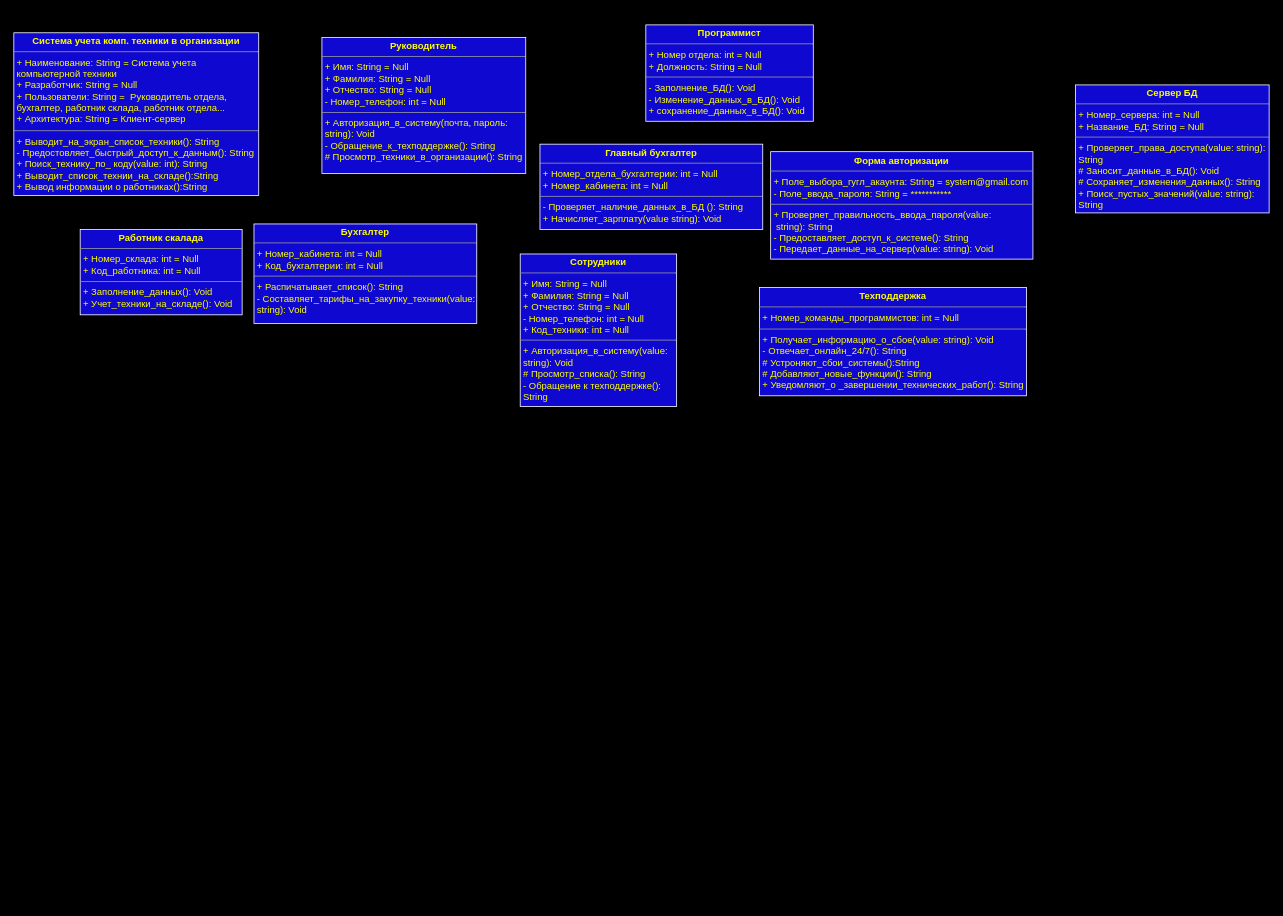
Before: Lab7.drawio in Simonenko75/Simonenko75, a draw.io diagram. Source tidied: cells renumbered, new cells numbered last; positions are measured from the earlier drawing's top-left corner, leaving out a move shared by most shapes. Both pictures are drawn from the tidied source at 79%, with x=0, y=0 at pixel (13, 24).
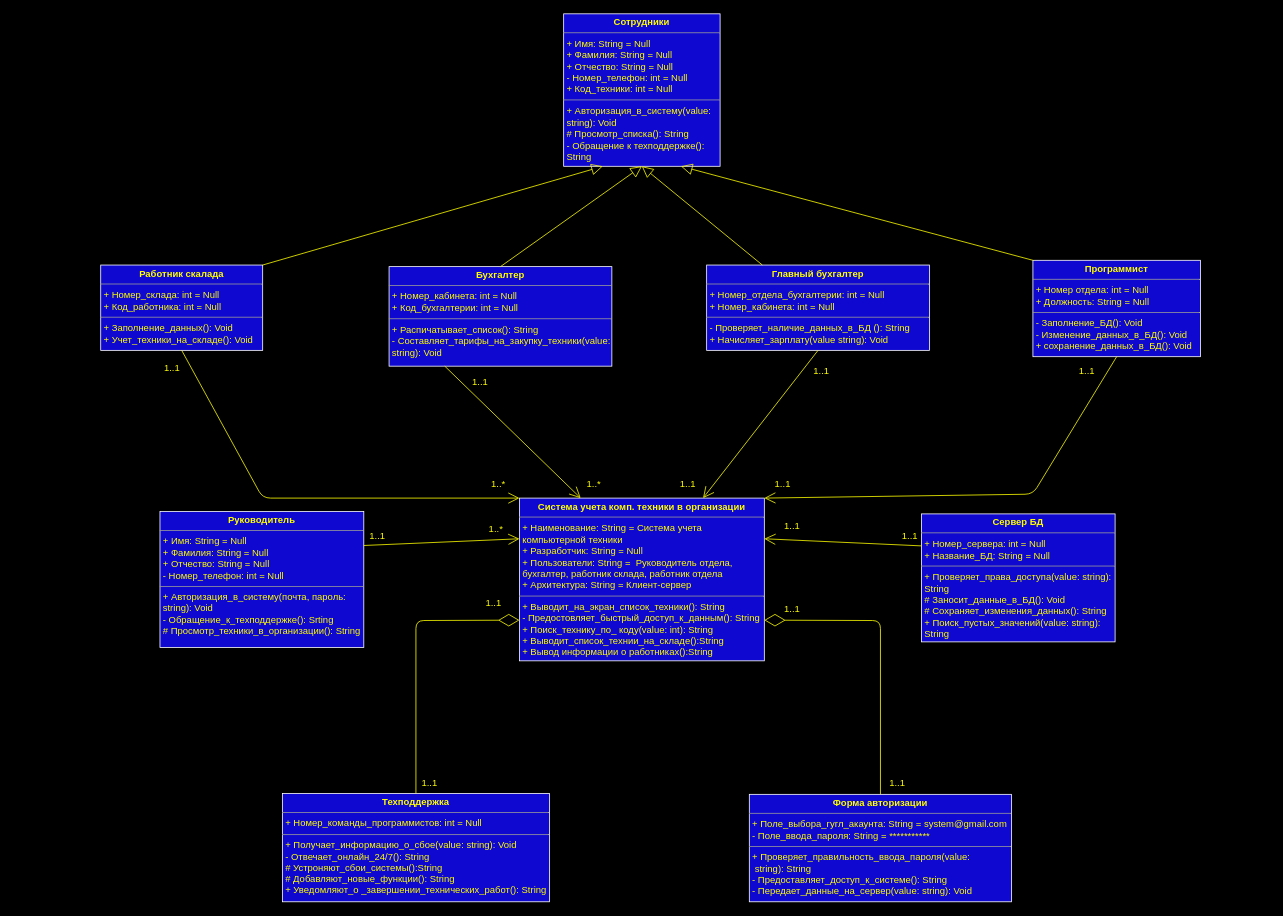
The same diagram, later.

What changed in the source:
```diff
@@
-    <mxCell id="2" value="&lt;p style=&quot;margin: 0px ; margin-top: 4px ; text-align: center&quot;&gt;&lt;b&gt;Система учета комп. техники в организации&lt;/b&gt;&lt;/p&gt;&lt;hr size=&quot;1&quot;&gt;&lt;p style=&quot;margin: 0px ; margin-left: 4px&quot;&gt;+ Наименование: String = Система учета&amp;nbsp;&lt;/p&gt;&lt;p style=&quot;margin: 0px ; margin-left: 4px&quot;&gt;компьютерной техники&lt;/p&gt;&lt;p style=&quot;margin: 0px ; margin-left: 4px&quot;&gt;+ Разработчик: String = Null&lt;br&gt;&lt;/p&gt;&lt;p style=&quot;margin: 0px ; margin-left: 4px&quot;&gt;+ Пользователи: String =&amp;nbsp; Руководитель отдела,&amp;nbsp;&lt;/p&gt;&lt;p style=&quot;margin: 0px ; margin-left: 4px&quot;&gt;бухгалтер, работник склада, работник отдела...&lt;/p&gt;&lt;p style=&quot;margin: 0px ; margin-left: 4px&quot;&gt;+ Архитектура: String = Клиент-сервер&lt;/p&gt;&lt;hr size=&quot;1&quot;&gt;&lt;p style=&quot;margin: 0px ; margin-left: 4px&quot;&gt;+ Выводит_на_экран_список_техники(): String&lt;/p&gt;&lt;p style=&quot;margin: 0px ; margin-left: 4px&quot;&gt;- Предостовляет_быстрый_доступ_к_данным(): String&lt;/p&gt;&lt;p style=&quot;margin: 0px ; margin-left: 4px&quot;&gt;+ Поиск_технику_по_ коду(value: int): String&lt;/p&gt;&lt;p style=&quot;margin: 0px ; margin-left: 4px&quot;&gt;+ Выводит_список_технии_на_складе():String&lt;/p&gt;&lt;p style=&quot;margin: 0px ; margin-left: 4px&quot;&gt;+ Вывод информации о работниках():String&lt;/p&gt;" style="verticalAlign=top;align=left;overflow=fill;fontSize=12;fontFamily=Helvetica;html=1;shadow=0;fillColor=#0F08D0;fontColor=#FFFF00;strokeColor=#FFFFFF;" parent="1" vertex="1">
-      <mxGeometry y="10" width="310" height="206" as="geometry" />
+    <mxCell id="2" value="&lt;p style=&quot;margin: 0px ; margin-top: 4px ; text-align: center&quot;&gt;&lt;b&gt;Система учета комп. техники в организации&lt;/b&gt;&lt;/p&gt;&lt;hr size=&quot;1&quot;&gt;&lt;p style=&quot;margin: 0px ; margin-left: 4px&quot;&gt;+ Наименование: String = Система учета&amp;nbsp;&lt;/p&gt;&lt;p style=&quot;margin: 0px ; margin-left: 4px&quot;&gt;компьютерной техники&lt;/p&gt;&lt;p style=&quot;margin: 0px ; margin-left: 4px&quot;&gt;+ Разработчик: String = Null&lt;br&gt;&lt;/p&gt;&lt;p style=&quot;margin: 0px ; margin-left: 4px&quot;&gt;+ Пользователи: String =&amp;nbsp; Руководитель отдела,&amp;nbsp;&lt;/p&gt;&lt;p style=&quot;margin: 0px ; margin-left: 4px&quot;&gt;бухгалтер, работник склада, работник отдела&lt;/p&gt;&lt;p style=&quot;margin: 0px ; margin-left: 4px&quot;&gt;+ Архитектура: String = Клиент-сервер&lt;/p&gt;&lt;hr size=&quot;1&quot;&gt;&lt;p style=&quot;margin: 0px ; margin-left: 4px&quot;&gt;+ Выводит_на_экран_список_техники(): String&lt;/p&gt;&lt;p style=&quot;margin: 0px ; margin-left: 4px&quot;&gt;- Предостовляет_быстрый_доступ_к_данным(): String&lt;/p&gt;&lt;p style=&quot;margin: 0px ; margin-left: 4px&quot;&gt;+ Поиск_технику_по_ коду(value: int): String&lt;/p&gt;&lt;p style=&quot;margin: 0px ; margin-left: 4px&quot;&gt;+ Выводит_список_технии_на_складе():String&lt;/p&gt;&lt;p style=&quot;margin: 0px ; margin-left: 4px&quot;&gt;+ Вывод информации о работниках():String&lt;/p&gt;" style="verticalAlign=top;align=left;overflow=fill;fontSize=12;fontFamily=Helvetica;html=1;shadow=0;fillColor=#0F08D0;fontColor=#FFFF00;strokeColor=#FFFFFF;" parent="1" vertex="1">
+      <mxGeometry x="640" y="599" width="310" height="206" as="geometry" />
     </mxCell>
     <mxCell id="3" value="&lt;p style=&quot;margin: 0px ; margin-top: 4px ; text-align: center&quot;&gt;&lt;b&gt;Руководитель&lt;/b&gt;&lt;/p&gt;&lt;hr size=&quot;1&quot;&gt;&lt;p style=&quot;margin: 0px ; margin-left: 4px&quot;&gt;+ Имя: String = Null&lt;/p&gt;&lt;p style=&quot;margin: 0px ; margin-left: 4px&quot;&gt;+ Фамилия: String = Null&lt;/p&gt;&lt;p style=&quot;margin: 0px ; margin-left: 4px&quot;&gt;+ Отчество: String = Null&lt;/p&gt;&lt;p style=&quot;margin: 0px ; margin-left: 4px&quot;&gt;- Номер_телефон: int = Null&lt;/p&gt;&lt;hr size=&quot;1&quot;&gt;&lt;p style=&quot;margin: 0px ; margin-left: 4px&quot;&gt;+ Авторизация_в_систему(почта, пароль:&amp;nbsp;&lt;/p&gt;&lt;p style=&quot;margin: 0px ; margin-left: 4px&quot;&gt;string): Void&lt;/p&gt;&lt;p style=&quot;margin: 0px ; margin-left: 4px&quot;&gt;- Обращение_к_техподдержке(): Srting&lt;/p&gt;&lt;p style=&quot;margin: 0px ; margin-left: 4px&quot;&gt;# Просмотр_техники_в_организации(): String&lt;/p&gt;" style="verticalAlign=top;align=left;overflow=fill;fontSize=12;fontFamily=Helvetica;html=1;shadow=0;fillColor=#0F08D0;fontColor=#FFFF00;strokeColor=#FFFFFF;" parent="1" vertex="1">
-      <mxGeometry x="390" y="16" width="258" height="172" as="geometry" />
+      <mxGeometry x="185" y="616" width="258" height="172" as="geometry" />
     </mxCell>
     <mxCell id="4" value="&lt;p style=&quot;margin: 0px ; margin-top: 4px ; text-align: center&quot;&gt;&lt;b&gt;Сотрудники&lt;/b&gt;&lt;/p&gt;&lt;hr size=&quot;1&quot;&gt;&lt;p style=&quot;margin: 0px 0px 0px 4px&quot;&gt;+ Имя: String = Null&lt;/p&gt;&lt;p style=&quot;margin: 0px 0px 0px 4px&quot;&gt;+ Фамилия: String = Null&lt;/p&gt;&lt;p style=&quot;margin: 0px 0px 0px 4px&quot;&gt;+ Отчество: String = Null&lt;/p&gt;&lt;p style=&quot;margin: 0px 0px 0px 4px&quot;&gt;- Номер_телефон: int = Null&lt;/p&gt;&lt;p style=&quot;margin: 0px 0px 0px 4px&quot;&gt;+ Код_техники: int = Null&lt;/p&gt;&lt;hr size=&quot;1&quot;&gt;&lt;p style=&quot;margin: 0px ; margin-left: 4px&quot;&gt;+ Авторизация_в_систему(value:&amp;nbsp;&lt;/p&gt;&lt;p style=&quot;margin: 0px ; margin-left: 4px&quot;&gt;string): Void&lt;/p&gt;&lt;p style=&quot;margin: 0px ; margin-left: 4px&quot;&gt;# Просмотр_списка(): String&lt;/p&gt;&lt;p style=&quot;margin: 0px ; margin-left: 4px&quot;&gt;- Обращение к техподдержке():&amp;nbsp;&lt;/p&gt;&lt;p style=&quot;margin: 0px ; margin-left: 4px&quot;&gt;String&lt;/p&gt;" style="verticalAlign=top;align=left;overflow=fill;fontSize=12;fontFamily=Helvetica;html=1;shadow=0;fillColor=#0F08D0;fontColor=#FFFF00;strokeColor=#FFFFFF;" parent="1" vertex="1">
-      <mxGeometry x="641" y="290" width="198" height="193" as="geometry" />
+      <mxGeometry x="696" y="-14" width="198" height="193" as="geometry" />
     </mxCell>
     <mxCell id="5" value="&lt;p style=&quot;margin: 0px ; margin-top: 4px ; text-align: center&quot;&gt;&lt;b&gt;Программист&lt;/b&gt;&lt;/p&gt;&lt;hr size=&quot;1&quot;&gt;&lt;p style=&quot;margin: 0px ; margin-left: 4px&quot;&gt;+ Номер отдела: int = Null&lt;/p&gt;&lt;p style=&quot;margin: 0px ; margin-left: 4px&quot;&gt;+ Должность: String = Null&lt;/p&gt;&lt;hr size=&quot;1&quot;&gt;&lt;p style=&quot;margin: 0px ; margin-left: 4px&quot;&gt;- Заполнение_БД(): Void&lt;/p&gt;&lt;p style=&quot;margin: 0px ; margin-left: 4px&quot;&gt;- Изменение_данных_в_БД(): Void&lt;/p&gt;&lt;p style=&quot;margin: 0px ; margin-left: 4px&quot;&gt;+ сохранение_данных_в_БД(): Void&lt;/p&gt;" style="verticalAlign=top;align=left;overflow=fill;fontSize=12;fontFamily=Helvetica;html=1;shadow=0;fillColor=#0F08D0;fontColor=#FFFF00;strokeColor=#FFFFFF;" parent="1" vertex="1">
-      <mxGeometry x="800" width="212" height="122" as="geometry" />
+      <mxGeometry x="1290" y="298" width="212" height="122" as="geometry" />
     </mxCell>
     <mxCell id="6" value="&lt;p style=&quot;margin: 0px ; margin-top: 4px ; text-align: center&quot;&gt;&lt;b&gt;Главный бухгалтер&lt;/b&gt;&lt;/p&gt;&lt;hr size=&quot;1&quot;&gt;&lt;p style=&quot;margin: 0px ; margin-left: 4px&quot;&gt;+ Номер_отдела_бухгалтерии: int = Null&lt;/p&gt;&lt;p style=&quot;margin: 0px ; margin-left: 4px&quot;&gt;+ Номер_кабинета: int = Null&lt;/p&gt;&lt;hr size=&quot;1&quot;&gt;&lt;p style=&quot;margin: 0px ; margin-left: 4px&quot;&gt;- Проверяет_наличие_данных_в_БД (): String&lt;/p&gt;&lt;p style=&quot;margin: 0px ; margin-left: 4px&quot;&gt;+ Начисляет_зарплату(value string): Void&lt;/p&gt;" style="verticalAlign=top;align=left;overflow=fill;fontSize=12;fontFamily=Helvetica;html=1;shadow=0;fillColor=#0F08D0;fontColor=#FFFF00;strokeColor=#FFFFFF;" parent="1" vertex="1">
-      <mxGeometry x="666" y="151" width="282" height="108" as="geometry" />
+      <mxGeometry x="877" y="304" width="282" height="108" as="geometry" />
     </mxCell>
     <mxCell id="7" value="&lt;p style=&quot;margin: 0px ; margin-top: 4px ; text-align: center&quot;&gt;&lt;b&gt;Бухгалтер&lt;/b&gt;&lt;/p&gt;&lt;hr size=&quot;1&quot;&gt;&lt;p style=&quot;margin: 0px ; margin-left: 4px&quot;&gt;+ Номер_кабинета: int = Null&lt;/p&gt;&lt;p style=&quot;margin: 0px ; margin-left: 4px&quot;&gt;+ Код_бухгалтерии: int = Null&lt;/p&gt;&lt;hr size=&quot;1&quot;&gt;&lt;p style=&quot;margin: 0px ; margin-left: 4px&quot;&gt;+ Распичатывает_список(): String&lt;/p&gt;&lt;p style=&quot;margin: 0px ; margin-left: 4px&quot;&gt;- Составляет_тарифы_на_закупку_&lt;span&gt;техники(value:&lt;/span&gt;&lt;/p&gt;&lt;p style=&quot;margin: 0px ; margin-left: 4px&quot;&gt;&lt;span&gt;string): Void&lt;/span&gt;&lt;/p&gt;" style="verticalAlign=top;align=left;overflow=fill;fontSize=12;fontFamily=Helvetica;html=1;shadow=0;fillColor=#0F08D0;fontColor=#FFFF00;strokeColor=#FFFFFF;" parent="1" vertex="1">
-      <mxGeometry x="304" y="252" width="282" height="126" as="geometry" />
+      <mxGeometry x="475" y="306" width="282" height="126" as="geometry" />
     </mxCell>
     <mxCell id="8" value="&lt;p style=&quot;margin: 0px ; margin-top: 4px ; text-align: center&quot;&gt;&lt;b&gt;Работник скалада&lt;/b&gt;&lt;/p&gt;&lt;hr size=&quot;1&quot;&gt;&lt;p style=&quot;margin: 0px ; margin-left: 4px&quot;&gt;+ Номер_склада: int = Null&lt;/p&gt;&lt;p style=&quot;margin: 0px ; margin-left: 4px&quot;&gt;+ Код_работника: int = Null&lt;/p&gt;&lt;hr size=&quot;1&quot;&gt;&lt;p style=&quot;margin: 0px ; margin-left: 4px&quot;&gt;+ Заполнение_данных(): Void&lt;/p&gt;&lt;p style=&quot;margin: 0px ; margin-left: 4px&quot;&gt;+ Учет_техники_на_складе(): Void&lt;/p&gt;" style="verticalAlign=top;align=left;overflow=fill;fontSize=12;fontFamily=Helvetica;html=1;shadow=0;fillColor=#0F08D0;fontColor=#FFFF00;strokeColor=#FFFFFF;" parent="1" vertex="1">
-      <mxGeometry x="84" y="259" width="205" height="108" as="geometry" />
+      <mxGeometry x="110" y="304" width="205" height="108" as="geometry" />
     </mxCell>
     <mxCell id="9" value="&lt;p style=&quot;margin: 0px ; margin-top: 4px ; text-align: center&quot;&gt;&lt;b&gt;Сервер БД&lt;/b&gt;&lt;/p&gt;&lt;hr size=&quot;1&quot;&gt;&lt;p style=&quot;margin: 0px ; margin-left: 4px&quot;&gt;+ Номер_сервера: int = Null&lt;/p&gt;&lt;p style=&quot;margin: 0px ; margin-left: 4px&quot;&gt;+ Название_БД: String = Null&lt;/p&gt;&lt;hr size=&quot;1&quot;&gt;&lt;p style=&quot;margin: 0px ; margin-left: 4px&quot;&gt;+ Проверяет_права_доступа(value: string):&lt;/p&gt;&lt;p style=&quot;margin: 0px ; margin-left: 4px&quot;&gt;String&lt;/p&gt;&lt;p style=&quot;margin: 0px ; margin-left: 4px&quot;&gt;# Заносит_данные_в_БД(): Void&lt;/p&gt;&lt;p style=&quot;margin: 0px ; margin-left: 4px&quot;&gt;# Сохраняет_изменения_данных(): String&lt;/p&gt;&lt;p style=&quot;margin: 0px ; margin-left: 4px&quot;&gt;+ Поиск_пустых_значений(value: string):&lt;/p&gt;&lt;p style=&quot;margin: 0px ; margin-left: 4px&quot;&gt;String&lt;/p&gt;" style="verticalAlign=top;align=left;overflow=fill;fontSize=12;fontFamily=Helvetica;html=1;shadow=0;fillColor=#0F08D0;fontColor=#FFFF00;strokeColor=#FFFFFF;" parent="1" vertex="1">
-      <mxGeometry x="1344" y="76" width="245" height="162" as="geometry" />
+      <mxGeometry x="1149" y="619" width="245" height="162" as="geometry" />
     </mxCell>
     <mxCell id="10" value="&lt;p style=&quot;margin: 0px ; margin-top: 4px ; text-align: center&quot;&gt;&lt;b&gt;Техподдержка&lt;/b&gt;&lt;/p&gt;&lt;hr size=&quot;1&quot;&gt;&lt;p style=&quot;margin: 0px ; margin-left: 4px&quot;&gt;+ Номер_команды_программистов: int = Null&lt;/p&gt;&lt;hr size=&quot;1&quot;&gt;&lt;p style=&quot;margin: 0px ; margin-left: 4px&quot;&gt;+ Получает_информацию_о_сбое(value: string): Void&lt;br&gt;- Отвечает_онлайн_24/7(): String&lt;/p&gt;&lt;p style=&quot;margin: 0px ; margin-left: 4px&quot;&gt;# Устроняют_сбои_системы():String&lt;/p&gt;&lt;p style=&quot;margin: 0px ; margin-left: 4px&quot;&gt;# Добавляют_новые_функции(): String&lt;/p&gt;&lt;p style=&quot;margin: 0px ; margin-left: 4px&quot;&gt;+ Уведомляют_о _завершении_технических_работ(): String&lt;/p&gt;" style="verticalAlign=top;align=left;overflow=fill;fontSize=12;fontFamily=Helvetica;html=1;shadow=0;fillColor=#0F08D0;fontColor=#FFFF00;strokeColor=#FFFFFF;" parent="1" vertex="1">
-      <mxGeometry x="944" y="332.5" width="338" height="137" as="geometry" />
+      <mxGeometry x="340" y="973" width="338" height="137" as="geometry" />
     </mxCell>
     <mxCell id="11" value="&lt;p style=&quot;margin: 0px ; margin-top: 4px ; text-align: center&quot;&gt;&lt;b&gt;Форма авторизации&lt;/b&gt;&lt;/p&gt;&lt;hr size=&quot;1&quot;&gt;&lt;p style=&quot;margin: 0px ; margin-left: 4px&quot;&gt;+ Поле_выбора_гугл_акаунта: String = system@gmail.com&lt;/p&gt;&lt;p style=&quot;margin: 0px ; margin-left: 4px&quot;&gt;- Поле_ввода_пароля: String = ***********&lt;/p&gt;&lt;hr size=&quot;1&quot;&gt;&lt;p style=&quot;margin: 0px ; margin-left: 4px&quot;&gt;+ Проверяет_правильность_ввода_пароля(value:&lt;/p&gt;&lt;p style=&quot;margin: 0px ; margin-left: 4px&quot;&gt;&amp;nbsp;string): String&lt;/p&gt;&lt;p style=&quot;margin: 0px ; margin-left: 4px&quot;&gt;- Предоставляет_доступ_к_системе(): String&lt;/p&gt;&lt;p style=&quot;margin: 0px ; margin-left: 4px&quot;&gt;- Передает_данные_на_сервер(value: string): Void&lt;/p&gt;" style="verticalAlign=top;align=left;overflow=fill;fontSize=12;fontFamily=Helvetica;html=1;shadow=0;fillColor=#0F08D0;fontColor=#FFFF00;strokeColor=#FFFFFF;" parent="1" vertex="1">
-      <mxGeometry x="958" y="160.5" width="332" height="136" as="geometry" />
+      <mxGeometry x="931" y="974" width="332" height="136" as="geometry" />
     </mxCell>
+    <mxCell id="12" style="endArrow=block;endFill=0;endSize=12;html=1;fontColor=#FFFF00;strokeColor=#FFFF00;exitX=1;exitY=0;exitDx=0;exitDy=0;entryX=0.25;entryY=1;entryDx=0;entryDy=0;" parent="1" edge="1" source="8" target="4">
+      <mxGeometry relative="1" as="geometry" />
+    </mxCell>
+    <mxCell id="13" style="endArrow=block;endFill=0;endSize=12;html=1;fontColor=#FFFF00;strokeColor=#FFFF00;entryX=0.5;entryY=1;entryDx=0;entryDy=0;exitX=0.25;exitY=0;exitDx=0;exitDy=0;" parent="1" edge="1" source="6" target="4">
+      <mxGeometry relative="1" as="geometry" />
+    </mxCell>
+    <mxCell id="14" style="endArrow=block;endFill=0;endSize=12;html=1;fontColor=#FFFF00;strokeColor=#FFFF00;exitX=0.5;exitY=0;exitDx=0;exitDy=0;entryX=0.5;entryY=1;entryDx=0;entryDy=0;" parent="1" edge="1" source="7" target="4">
+      <mxGeometry relative="1" as="geometry" />
+    </mxCell>
+    <mxCell id="15" style="endArrow=open;endFill=1;endSize=12;html=1;fontColor=#FFFF00;strokeColor=#FFFF00;exitX=0.5;exitY=1;exitDx=0;exitDy=0;entryX=0;entryY=0;entryDx=0;entryDy=0;" parent="1" edge="1" source="8" target="2">
+      <mxGeometry relative="1" as="geometry">
+        <Array as="points">
+          <mxPoint x="315" y="599" />
+        </Array>
+      </mxGeometry>
+    </mxCell>
+    <mxCell id="16" style="endArrow=open;endFill=1;endSize=12;html=1;fontColor=#FFFF00;strokeColor=#FFFF00;exitX=0.5;exitY=1;exitDx=0;exitDy=0;entryX=0.75;entryY=0;entryDx=0;entryDy=0;" parent="1" edge="1" source="6" target="2">
+      <mxGeometry relative="1" as="geometry" />
+    </mxCell>
+    <mxCell id="17" style="endArrow=open;endFill=1;endSize=12;html=1;fontColor=#FFFF00;strokeColor=#FFFF00;exitX=0.25;exitY=1;exitDx=0;exitDy=0;entryX=0.25;entryY=0;entryDx=0;entryDy=0;" parent="1" edge="1" source="7" target="2">
+      <mxGeometry relative="1" as="geometry" />
+    </mxCell>
+    <mxCell id="18" style="endArrow=open;endFill=1;endSize=12;html=1;fontColor=#FFFF00;strokeColor=#FFFF00;exitX=1;exitY=0.25;exitDx=0;exitDy=0;entryX=0;entryY=0.25;entryDx=0;entryDy=0;" parent="1" edge="1" source="3" target="2">
+      <mxGeometry relative="1" as="geometry" />
+    </mxCell>
+    <mxCell id="19" style="endArrow=open;endFill=1;endSize=12;html=1;fontColor=#FFFF00;strokeColor=#FFFF00;exitX=0;exitY=0.25;exitDx=0;exitDy=0;entryX=1;entryY=0.25;entryDx=0;entryDy=0;" parent="1" edge="1" source="9" target="2">
+      <mxGeometry relative="1" as="geometry" />
+    </mxCell>
+    <mxCell id="20" style="endArrow=diamondThin;endFill=0;endSize=24;html=1;fontColor=#FFFF00;strokeColor=#FFFF00;entryX=0;entryY=0.75;entryDx=0;entryDy=0;exitX=0.5;exitY=0;exitDx=0;exitDy=0;" parent="1" edge="1" source="10" target="2">
+      <mxGeometry relative="1" as="geometry">
+        <Array as="points">
+          <mxPoint x="509" y="754" />
+        </Array>
+      </mxGeometry>
+    </mxCell>
+    <mxCell id="21" style="endArrow=diamondThin;endFill=0;endSize=24;html=1;fontColor=#FFFF00;entryX=1;entryY=0.75;entryDx=0;entryDy=0;exitX=0.5;exitY=0;exitDx=0;exitDy=0;strokeColor=#FFFF00;" parent="1" edge="1" source="11" target="2">
+      <mxGeometry relative="1" as="geometry">
+        <Array as="points">
+          <mxPoint x="1097" y="754" />
+        </Array>
+      </mxGeometry>
+    </mxCell>
+    <mxCell id="22" value="1..1" style="text;html=1;align=center;verticalAlign=middle;strokeColor=none;fontColor=#FFFF00;" parent="1" vertex="1">
+      <mxGeometry x="185" y="425" width="30" height="18" as="geometry" />
+    </mxCell>
+    <mxCell id="23" value="1..1" style="text;html=1;align=center;verticalAlign=middle;strokeColor=none;fontColor=#FFFF00;" parent="1" vertex="1">
+      <mxGeometry x="575" y="443" width="30" height="18" as="geometry" />
+    </mxCell>
+    <mxCell id="24" value="1..1" style="text;html=1;align=center;verticalAlign=middle;strokeColor=none;fontColor=#FFFF00;" parent="1" vertex="1">
+      <mxGeometry x="1007" y="429" width="30" height="18" as="geometry" />
+    </mxCell>
+    <mxCell id="25" value="1..*" style="text;html=1;align=center;verticalAlign=middle;strokeColor=none;fontColor=#FFFF00;" parent="1" vertex="1">
+      <mxGeometry x="720" y="573" width="28" height="18" as="geometry" />
+    </mxCell>
+    <mxCell id="26" value="1..1" style="text;html=1;align=center;verticalAlign=middle;strokeColor=none;fontColor=#FFFF00;" parent="1" vertex="1">
+      <mxGeometry x="838" y="573" width="30" height="18" as="geometry" />
+    </mxCell>
+    <mxCell id="27" value="1..*" style="text;html=1;align=center;verticalAlign=middle;strokeColor=none;fontColor=#FFFF00;" parent="1" vertex="1">
+      <mxGeometry x="599" y="573" width="28" height="18" as="geometry" />
+    </mxCell>
+    <mxCell id="28" value="1..*" style="text;html=1;align=center;verticalAlign=middle;strokeColor=none;fontColor=#FFFF00;" parent="1" vertex="1">
+      <mxGeometry x="596" y="629" width="28" height="18" as="geometry" />
+    </mxCell>
+    <mxCell id="29" value="1..1" style="text;html=1;align=center;verticalAlign=middle;strokeColor=none;fontColor=#FFFF00;" parent="1" vertex="1">
+      <mxGeometry x="970" y="626" width="30" height="18" as="geometry" />
+    </mxCell>
+    <mxCell id="30" value="1..1" style="text;html=1;align=center;verticalAlign=middle;strokeColor=none;fontColor=#FFFF00;" parent="1" vertex="1">
+      <mxGeometry x="970" y="731" width="30" height="18" as="geometry" />
+    </mxCell>
+    <mxCell id="31" value="1..1" style="text;html=1;align=center;verticalAlign=middle;strokeColor=none;fontColor=#FFFF00;" parent="1" vertex="1">
+      <mxGeometry x="592" y="723" width="30" height="18" as="geometry" />
+    </mxCell>
+    <mxCell id="32" value="1..1" style="text;html=1;align=center;verticalAlign=middle;strokeColor=none;fontColor=#FFFF00;" parent="1" vertex="1">
+      <mxGeometry x="511" y="951" width="30" height="18" as="geometry" />
+    </mxCell>
+    <mxCell id="33" value="1..1" style="text;html=1;align=center;verticalAlign=middle;strokeColor=none;fontColor=#FFFF00;" parent="1" vertex="1">
+      <mxGeometry x="1103" y="951" width="30" height="18" as="geometry" />
+    </mxCell>
+    <mxCell id="34" value="1..1" style="text;html=1;align=center;verticalAlign=middle;strokeColor=none;fontColor=#FFFF00;" parent="1" vertex="1">
+      <mxGeometry x="1119" y="638" width="30" height="18" as="geometry" />
+    </mxCell>
+    <mxCell id="35" value="1..1" style="text;html=1;align=center;verticalAlign=middle;strokeColor=none;fontColor=#FFFF00;" parent="1" vertex="1">
+      <mxGeometry x="445" y="638" width="30" height="18" as="geometry" />
+    </mxCell>
+    <mxCell id="36" style="endArrow=block;endFill=0;endSize=12;html=1;fontColor=#FFFF00;strokeColor=#FFFF00;entryX=0.75;entryY=1;entryDx=0;entryDy=0;exitX=0;exitY=0;exitDx=0;exitDy=0;" parent="1" edge="1" source="5" target="4">
+      <mxGeometry relative="1" as="geometry" />
+    </mxCell>
+    <mxCell id="37" style="endArrow=open;endFill=1;endSize=12;html=1;fontColor=#FFFF00;strokeColor=#FFFF00;exitX=0.5;exitY=1;exitDx=0;exitDy=0;entryX=1;entryY=0;entryDx=0;entryDy=0;" parent="1" edge="1" source="5" target="2">
+      <mxGeometry relative="1" as="geometry">
+        <Array as="points">
+          <mxPoint x="1290" y="594" />
+        </Array>
+      </mxGeometry>
+    </mxCell>
+    <mxCell id="38" value="1..1" style="text;html=1;align=center;verticalAlign=middle;strokeColor=none;fontColor=#FFFF00;" parent="1" vertex="1">
+      <mxGeometry x="1343" y="429" width="30" height="18" as="geometry" />
+    </mxCell>
+    <mxCell id="39" value="1..1" style="text;html=1;align=center;verticalAlign=middle;strokeColor=none;fontColor=#FFFF00;" parent="1" vertex="1">
+      <mxGeometry x="958" y="573" width="30" height="18" as="geometry" />
+    </mxCell>
```
